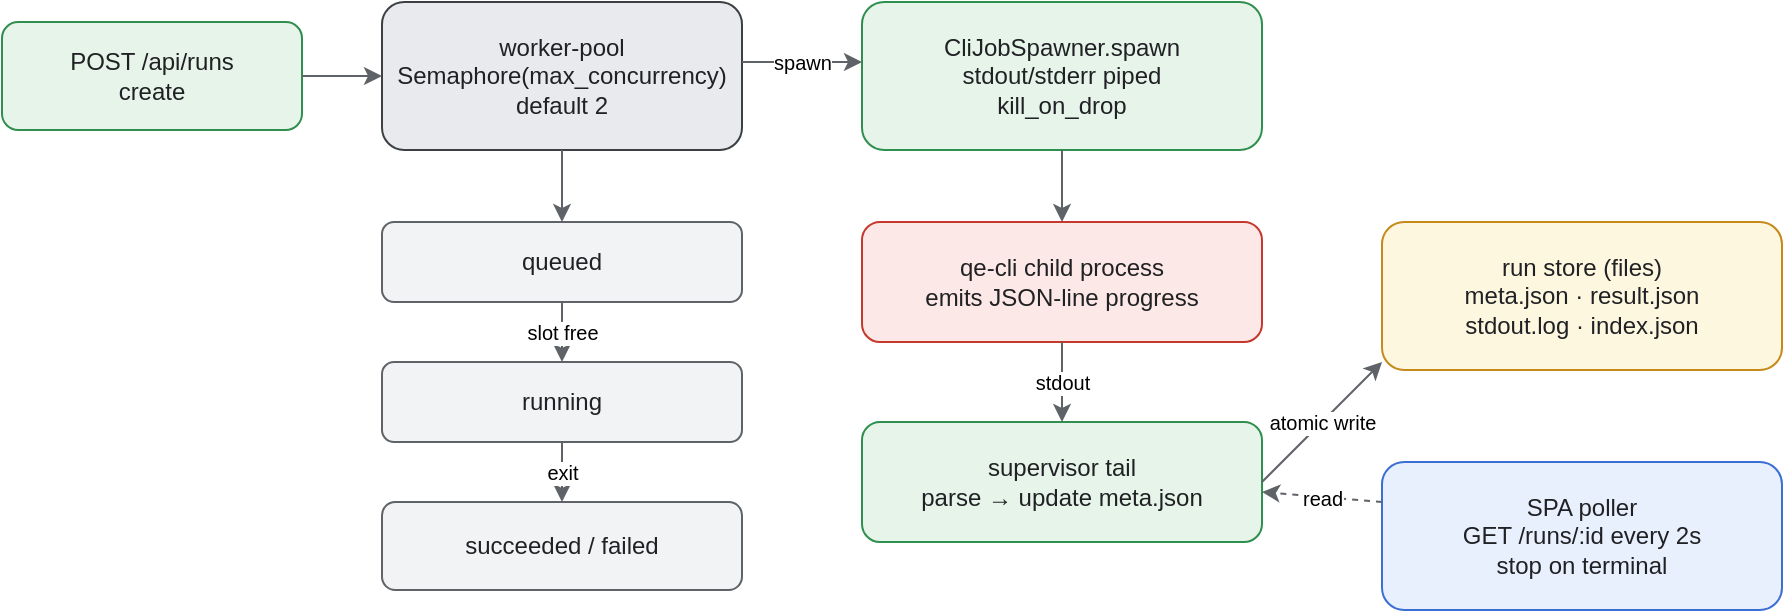
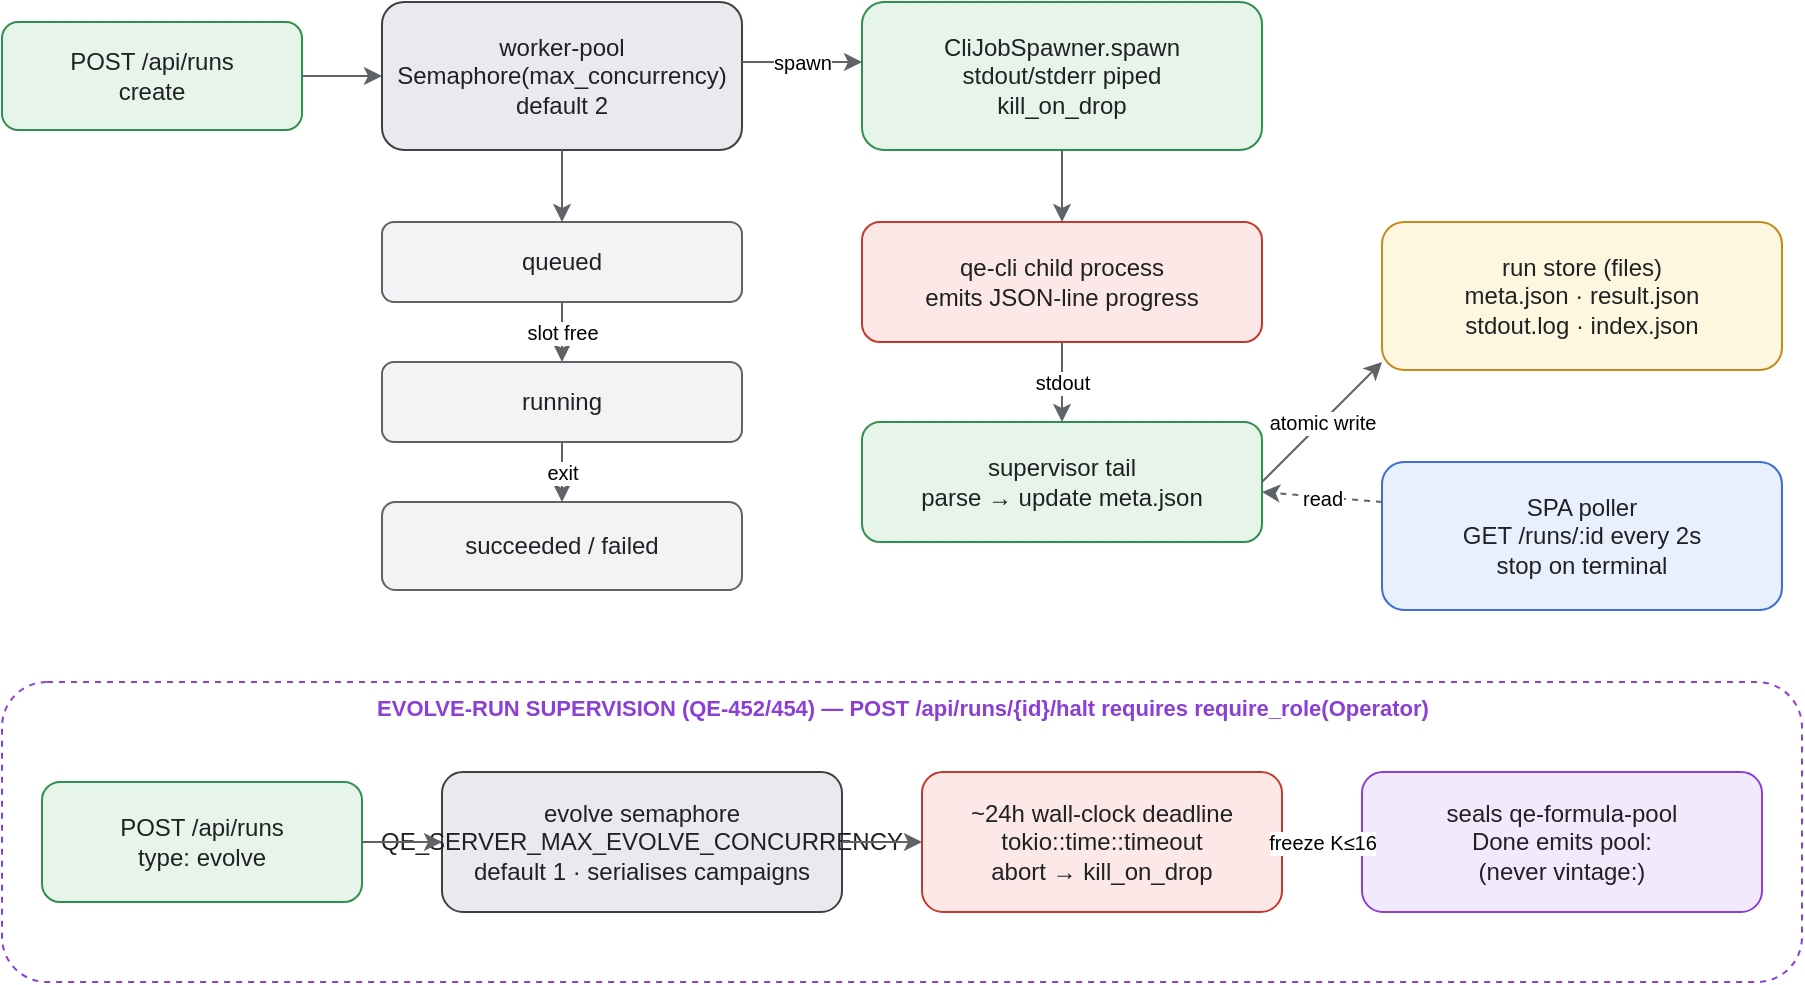
<mxfile host="app.diagrams.net" type="device">
  <diagram name="Background Jobs &amp; Subprocess Supervision" id="diagram-1">
    <mxGraphModel dx="980" dy="540" grid="1" gridSize="10" guides="1" tooltips="1"
        connect="1" arrows="1" fold="1" page="1" pageScale="1" pageWidth="980"
-         pageHeight="540" math="0" shadow="0">
+         pageHeight="700" math="0" shadow="0">
      <root>
<mxCell id="0"/>
<mxCell id="1" parent="0"/>
<mxCell id="api" value="POST /api/runs&#10;create" style="rounded=1;whiteSpace=wrap;html=1;fillColor=#e6f4ea;strokeColor=#2f8f4e;fontColor=#202124;fontFamily=Helvetica;fontSize=12;" vertex="1" parent="1"><mxGeometry x="40" y="120" width="150" height="54" as="geometry"/></mxCell>
<mxCell id="pool" value="worker-pool&#10;Semaphore(max_concurrency)&#10;default 2" style="rounded=1;whiteSpace=wrap;html=1;fillColor=#e8eaed;strokeColor=#3c4043;fontColor=#202124;fontFamily=Helvetica;fontSize=12;" vertex="1" parent="1"><mxGeometry x="230" y="110" width="180" height="74" as="geometry"/></mxCell>
<mxCell id="queued" value="queued" style="rounded=1;whiteSpace=wrap;html=1;fillColor=#f1f3f4;strokeColor=#5f6368;fontColor=#202124;fontFamily=Helvetica;fontSize=12;" vertex="1" parent="1"><mxGeometry x="230" y="220" width="180" height="40" as="geometry"/></mxCell>
<mxCell id="running" value="running" style="rounded=1;whiteSpace=wrap;html=1;fillColor=#f1f3f4;strokeColor=#5f6368;fontColor=#202124;fontFamily=Helvetica;fontSize=12;" vertex="1" parent="1"><mxGeometry x="230" y="290" width="180" height="40" as="geometry"/></mxCell>
<mxCell id="term" value="succeeded / failed" style="rounded=1;whiteSpace=wrap;html=1;fillColor=#f1f3f4;strokeColor=#5f6368;fontColor=#202124;fontFamily=Helvetica;fontSize=12;" vertex="1" parent="1"><mxGeometry x="230" y="360" width="180" height="44" as="geometry"/></mxCell>
<mxCell id="spawn" value="CliJobSpawner.spawn&#10;stdout/stderr piped&#10;kill_on_drop" style="rounded=1;whiteSpace=wrap;html=1;fillColor=#e6f4ea;strokeColor=#2f8f4e;fontColor=#202124;fontFamily=Helvetica;fontSize=12;" vertex="1" parent="1"><mxGeometry x="470" y="110" width="200" height="74" as="geometry"/></mxCell>
<mxCell id="child" value="qe-cli child process&#10;emits JSON-line progress" style="rounded=1;whiteSpace=wrap;html=1;fillColor=#fce8e6;strokeColor=#c5382b;fontColor=#202124;fontFamily=Helvetica;fontSize=12;" vertex="1" parent="1"><mxGeometry x="470" y="220" width="200" height="60" as="geometry"/></mxCell>
<mxCell id="tail" value="supervisor tail&#10;parse → update meta.json" style="rounded=1;whiteSpace=wrap;html=1;fillColor=#e6f4ea;strokeColor=#2f8f4e;fontColor=#202124;fontFamily=Helvetica;fontSize=12;" vertex="1" parent="1"><mxGeometry x="470" y="320" width="200" height="60" as="geometry"/></mxCell>
<mxCell id="store" value="run store (files)&#10;meta.json · result.json&#10;stdout.log · index.json" style="rounded=1;whiteSpace=wrap;html=1;fillColor=#fef7e0;strokeColor=#c58a1a;fontColor=#202124;fontFamily=Helvetica;fontSize=12;" vertex="1" parent="1"><mxGeometry x="730" y="220" width="200" height="74" as="geometry"/></mxCell>
<mxCell id="spa" value="SPA poller&#10;GET /runs/:id every 2s&#10;stop on terminal" style="rounded=1;whiteSpace=wrap;html=1;fillColor=#e8f0fe;strokeColor=#3b6fd4;fontColor=#202124;fontFamily=Helvetica;fontSize=12;" vertex="1" parent="1"><mxGeometry x="730" y="340" width="200" height="74" as="geometry"/></mxCell>
+ <mxCell id="ev" value="EVOLVE-RUN SUPERVISION (QE-452/454) — POST /api/runs/{id}/halt requires require_role(Operator)" style="rounded=1;dashed=1;html=1;fillColor=none;strokeColor=#8b3fd4;verticalAlign=top;fontColor=#8b3fd4;fontStyle=1;fontSize=11;" vertex="1" parent="1"><mxGeometry x="40" y="450" width="900" height="150" as="geometry"/></mxCell>
+ <mxCell id="ev1" value="POST /api/runs&#10;type: evolve" style="rounded=1;whiteSpace=wrap;html=1;fillColor=#e6f4ea;strokeColor=#2f8f4e;fontColor=#202124;fontFamily=Helvetica;fontSize=12;" vertex="1" parent="1"><mxGeometry x="60" y="500" width="160" height="60" as="geometry"/></mxCell>
+ <mxCell id="ev2" value="evolve semaphore&#10;QE_SERVER_MAX_EVOLVE_CONCURRENCY&#10;default 1 · serialises campaigns" style="rounded=1;whiteSpace=wrap;html=1;fillColor=#e8eaed;strokeColor=#3c4043;fontColor=#202124;fontFamily=Helvetica;fontSize=12;" vertex="1" parent="1"><mxGeometry x="260" y="495" width="200" height="70" as="geometry"/></mxCell>
+ <mxCell id="ev3" value="~24h wall-clock deadline&#10;tokio::time::timeout&#10;abort → kill_on_drop" style="rounded=1;whiteSpace=wrap;html=1;fillColor=#fce8e6;strokeColor=#c5382b;fontColor=#202124;fontFamily=Helvetica;fontSize=12;" vertex="1" parent="1"><mxGeometry x="500" y="495" width="180" height="70" as="geometry"/></mxCell>
+ <mxCell id="ev4" value="seals qe-formula-pool&#10;Done emits pool:&#10;(never vintage:)" style="rounded=1;whiteSpace=wrap;html=1;fillColor=#f3e9fc;strokeColor=#8b3fd4;fontColor=#202124;fontFamily=Helvetica;fontSize=12;" vertex="1" parent="1"><mxGeometry x="720" y="495" width="200" height="70" as="geometry"/></mxCell>
+ <mxCell id="ee1" value="" style="endArrow=classic;html=1;strokeColor=#5f6368;fontSize=10;labelBackgroundColor=#ffffff;" edge="1" parent="1"><mxGeometry relative="1" as="geometry"><mxPoint x="220" y="530" as="sourcePoint"/><mxPoint x="260" y="530" as="targetPoint"/></mxGeometry></mxCell>
+ <mxCell id="ee2" value="" style="endArrow=classic;html=1;strokeColor=#5f6368;fontSize=10;labelBackgroundColor=#ffffff;" edge="1" parent="1"><mxGeometry relative="1" as="geometry"><mxPoint x="460" y="530" as="sourcePoint"/><mxPoint x="500" y="530" as="targetPoint"/></mxGeometry></mxCell>
+ <mxCell id="ee3" value="freeze K≤16" style="endArrow=classic;html=1;strokeColor=#5f6368;fontSize=10;labelBackgroundColor=#ffffff;" edge="1" parent="1"><mxGeometry relative="1" as="geometry"><mxPoint x="680" y="530" as="sourcePoint"/><mxPoint x="720" y="530" as="targetPoint"/></mxGeometry></mxCell>
<mxCell id="n2" value="" style="endArrow=classic;html=1;strokeColor=#5f6368;fontSize=10;labelBackgroundColor=#ffffff;" edge="1" parent="1"><mxGeometry relative="1" as="geometry"><mxPoint x="190" y="147" as="sourcePoint"/><mxPoint x="230" y="147" as="targetPoint"/></mxGeometry></mxCell>
<mxCell id="n3" value="" style="endArrow=classic;html=1;strokeColor=#5f6368;fontSize=10;labelBackgroundColor=#ffffff;" edge="1" parent="1"><mxGeometry relative="1" as="geometry"><mxPoint x="320" y="184" as="sourcePoint"/><mxPoint x="320" y="220" as="targetPoint"/></mxGeometry></mxCell>
<mxCell id="n4" value="slot free" style="endArrow=classic;html=1;strokeColor=#5f6368;fontSize=10;labelBackgroundColor=#ffffff;" edge="1" parent="1"><mxGeometry relative="1" as="geometry"><mxPoint x="320" y="260" as="sourcePoint"/><mxPoint x="320" y="290" as="targetPoint"/></mxGeometry></mxCell>
<mxCell id="n5" value="exit" style="endArrow=classic;html=1;strokeColor=#5f6368;fontSize=10;labelBackgroundColor=#ffffff;" edge="1" parent="1"><mxGeometry relative="1" as="geometry"><mxPoint x="320" y="330" as="sourcePoint"/><mxPoint x="320" y="360" as="targetPoint"/></mxGeometry></mxCell>
<mxCell id="n6" value="spawn" style="endArrow=classic;html=1;strokeColor=#5f6368;fontSize=10;labelBackgroundColor=#ffffff;" edge="1" parent="1"><mxGeometry relative="1" as="geometry"><mxPoint x="410" y="140" as="sourcePoint"/><mxPoint x="470" y="140" as="targetPoint"/></mxGeometry></mxCell>
<mxCell id="n7" value="" style="endArrow=classic;html=1;strokeColor=#5f6368;fontSize=10;labelBackgroundColor=#ffffff;" edge="1" parent="1"><mxGeometry relative="1" as="geometry"><mxPoint x="570" y="184" as="sourcePoint"/><mxPoint x="570" y="220" as="targetPoint"/></mxGeometry></mxCell>
<mxCell id="n8" value="stdout" style="endArrow=classic;html=1;strokeColor=#5f6368;fontSize=10;labelBackgroundColor=#ffffff;" edge="1" parent="1"><mxGeometry relative="1" as="geometry"><mxPoint x="570" y="280" as="sourcePoint"/><mxPoint x="570" y="320" as="targetPoint"/></mxGeometry></mxCell>
<mxCell id="n9" value="atomic write" style="endArrow=classic;html=1;strokeColor=#5f6368;fontSize=10;labelBackgroundColor=#ffffff;" edge="1" parent="1"><mxGeometry relative="1" as="geometry"><mxPoint x="670" y="350" as="sourcePoint"/><mxPoint x="730" y="290" as="targetPoint"/></mxGeometry></mxCell>
<mxCell id="n10" value="read" style="endArrow=classic;html=1;dashed=1;strokeColor=#5f6368;fontSize=10;labelBackgroundColor=#ffffff;" edge="1" parent="1"><mxGeometry relative="1" as="geometry"><mxPoint x="730" y="360" as="sourcePoint"/><mxPoint x="670" y="355" as="targetPoint"/></mxGeometry></mxCell>
      </root>
    </mxGraphModel>
  </diagram>
</mxfile>